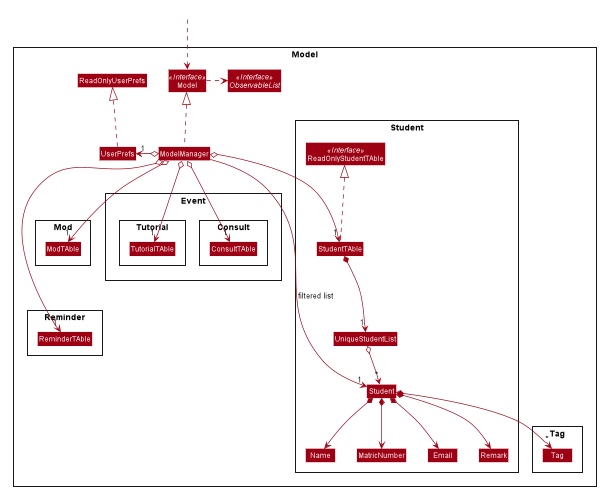
The PlantUML diagram images/ModelClassDiagram.png in AY1920-CS2103-W15-3/addressbook-level3, before a commit.
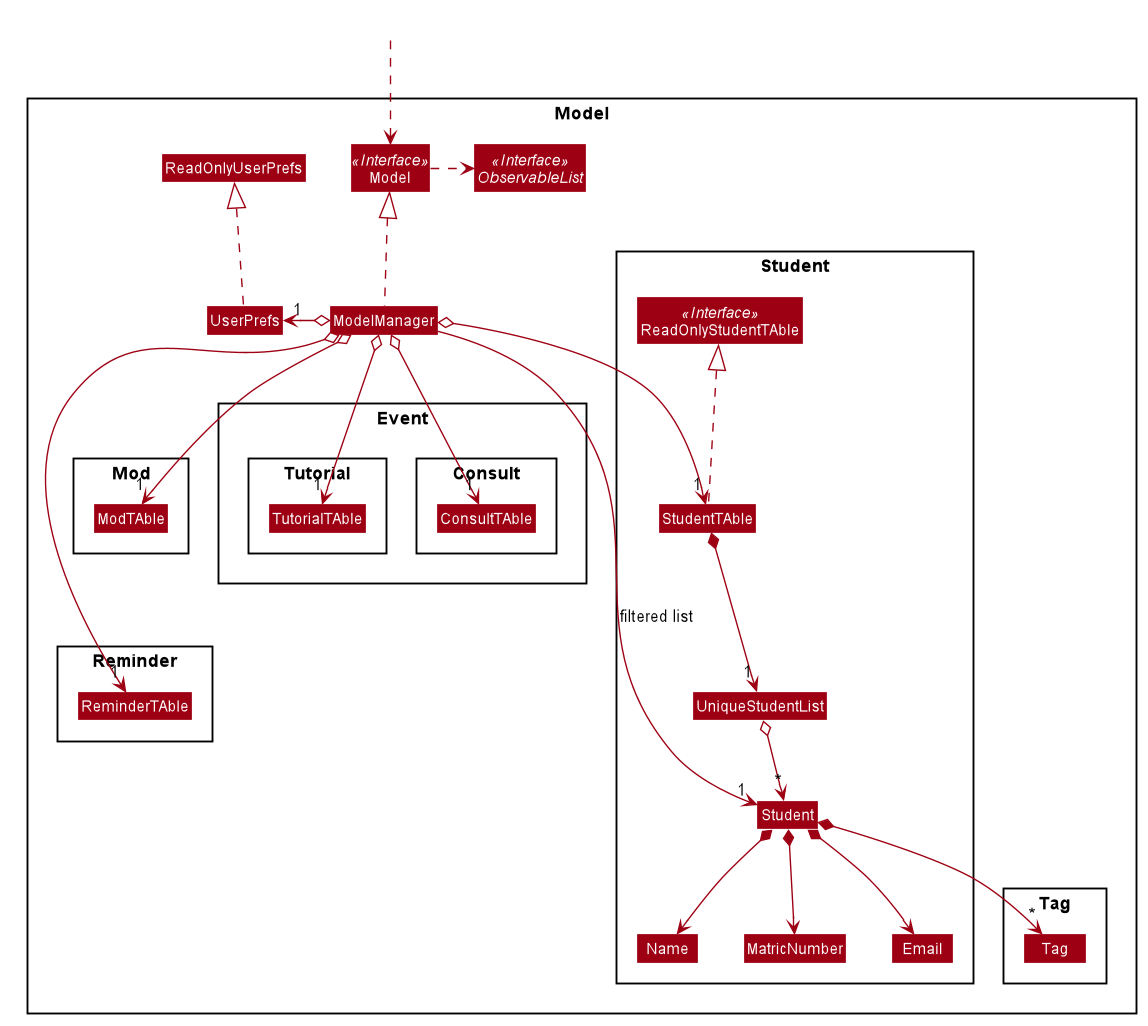
After the change.

Change to the diagram source:
```diff
@@ -1,4 +1,6 @@
 @startuml
+
+
 
 
 
@@ -67,7 +69,6 @@
 Class Email
 Class Name
 Class MatricNumber
-Class Remark
 Class UniqueStudentList
 Class StudentTAble
 }
@@ -117,13 +118,11 @@
 Student *--> Name
 Student *--> MatricNumber
 Student *--> Email
-Student *--> Remark
 Student *--> "*" Tag
 
 Tag -[hidden]right-> Name
 Name -[hidden]right-> MatricNumber
 MatricNumber -[hidden]right-> Email
-Email -[hidden]right-> Remark
 
 ModelManager -->"1" Student : filtered list
 
```
